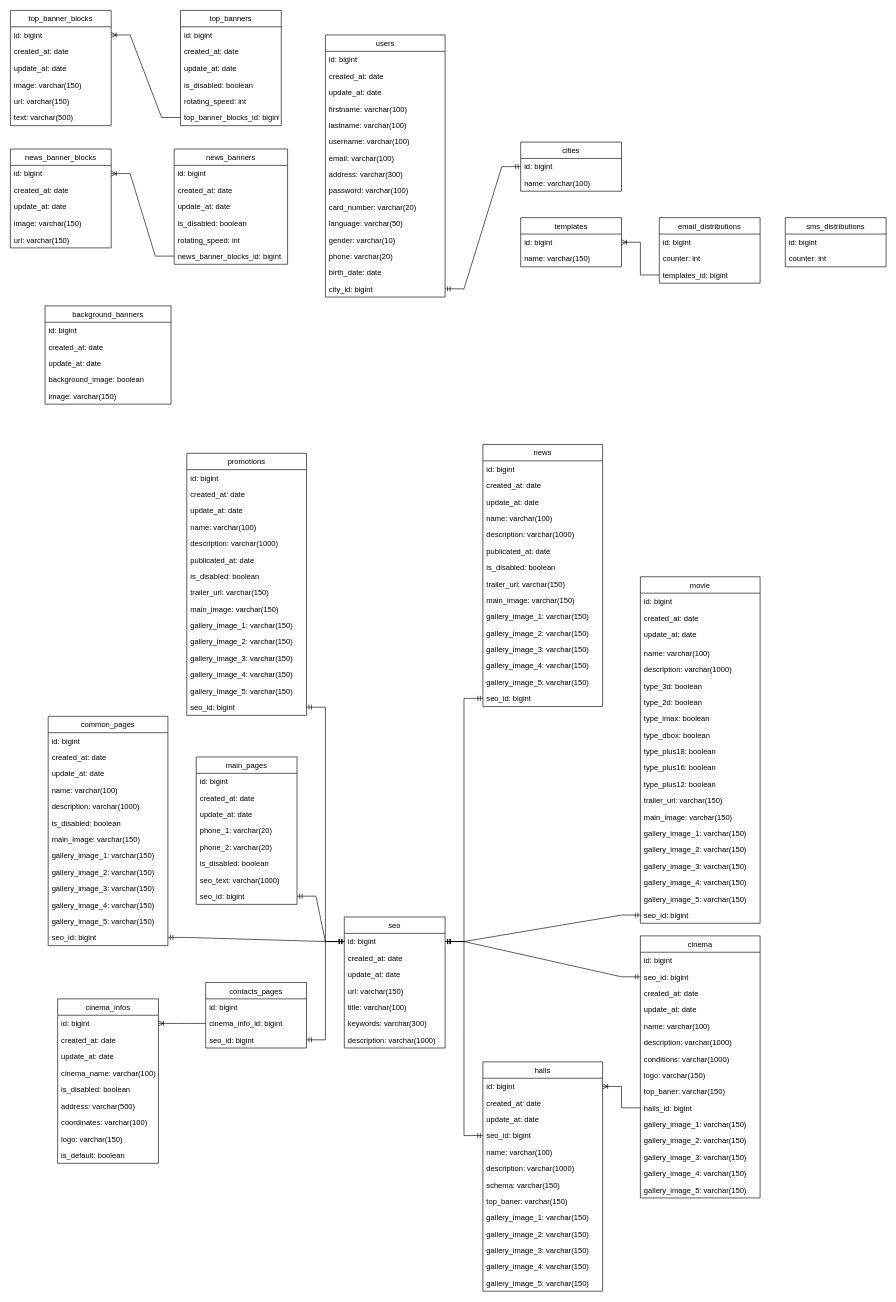
Earlier version of the draw.io diagram src/kinoCMS.drawio (NikitaFoshch/UML). Source tidied: cells renumbered, new cells numbered last; positions are measured from the earlier drawing's top-left corner, leaving out a move shared by most shapes. Both pictures are drawn from the tidied source at 63%, with x=0, y=0 at pixel (10, 10).
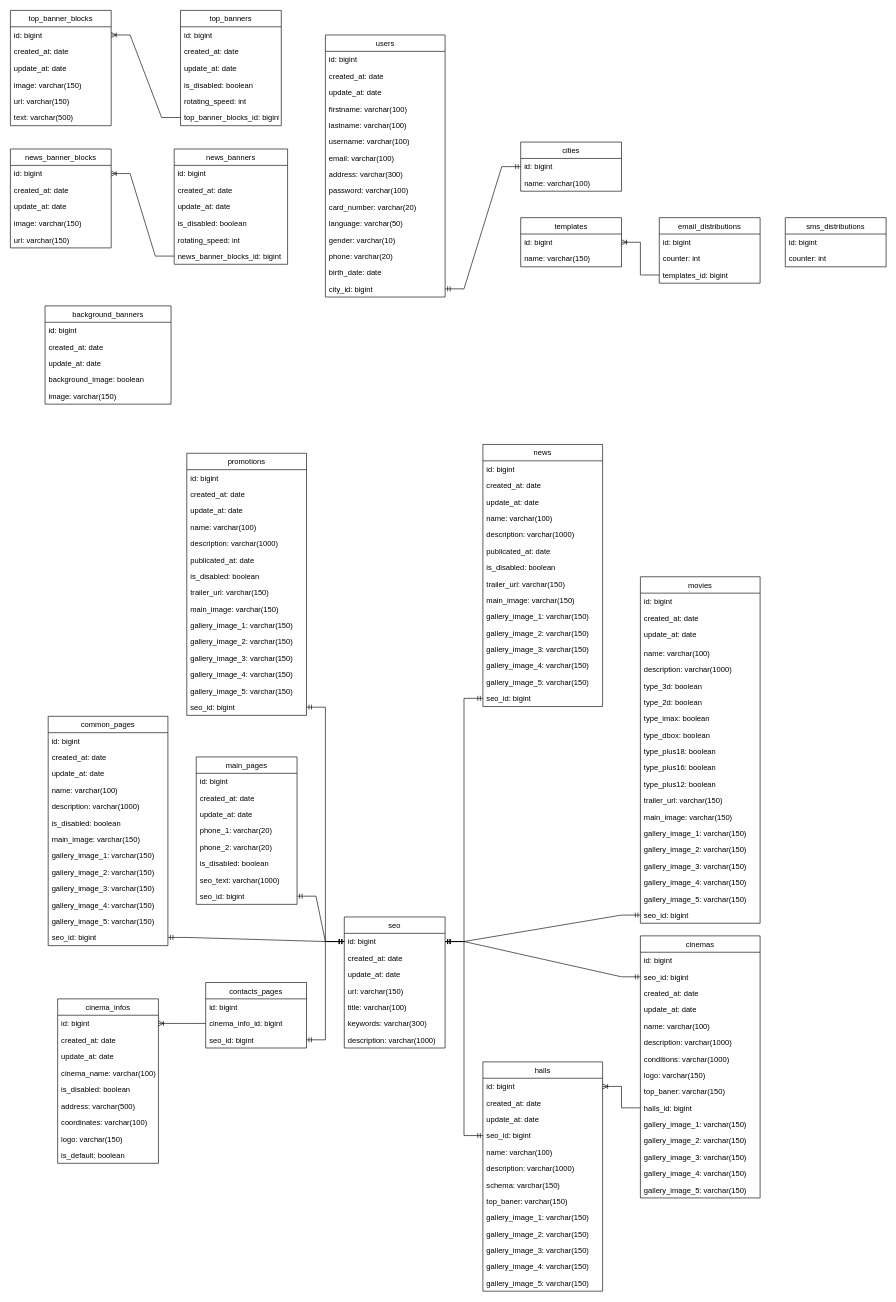
After the change.

The edit, as a diff of the source:
```diff
@@
-    <mxCell id="48" value="movie" style="swimlane;fontStyle=0;horizontal=1;startSize=26;fillColor=none;" parent="1" vertex="1">
+    <mxCell id="48" value="movies" style="swimlane;fontStyle=0;horizontal=1;startSize=26;fillColor=none;" parent="1" vertex="1">
       <mxGeometry x="1000" y="899" width="190" height="550" as="geometry" />
     </mxCell>
@@
-    <mxCell id="78" value="cinema" style="swimlane;fontStyle=0;horizontal=1;startSize=26;fillColor=none;" parent="1" vertex="1">
+    <mxCell id="78" value="cinemas" style="swimlane;fontStyle=0;horizontal=1;startSize=26;fillColor=none;" parent="1" vertex="1">
       <mxGeometry x="1000" y="1469" width="190" height="416" as="geometry" />
     </mxCell>
```
